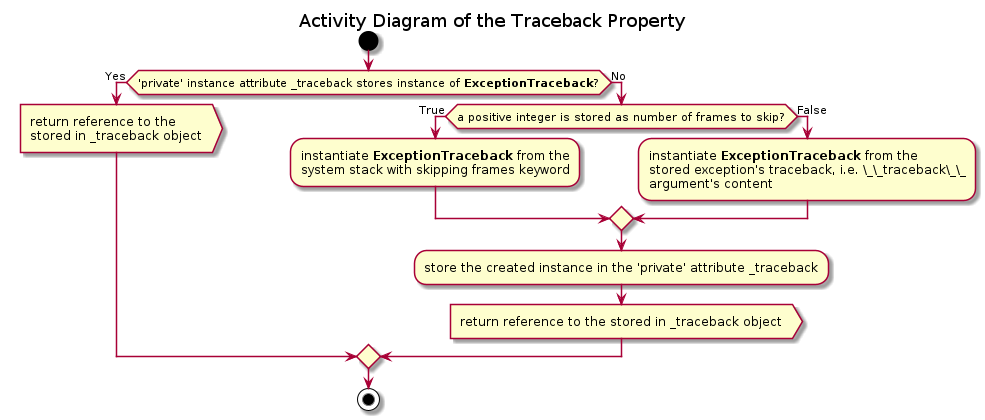
FooBarShebang/introspection_lib keeps this PlantUML diagram as Documentation/UML/base_exceptions/traceback_property.png. Above is the earlier version. The source it was exported from:
```plantuml
@startuml traceback_property

title Activity Diagram of the Traceback Property

start

if ('private' instance attribute _traceback stores instance of <b>ExceptionTraceback</b>?) then (Yes)
    :return reference to the\nstored in _traceback object>
else (No)
    if (a positive integer is stored as number of frames to skip?) then (True)
        :instantiate <b>ExceptionTraceback</b> from the\nsystem stack with skipping frames keyword;
    else (False)
        :instantiate <b>ExceptionTraceback</b> from the\nstored exception's traceback, i.e. \_\_traceback\_\_\nargument's content;
    endif

    :store the created instance in the 'private' attribute _traceback;

    :return reference to the stored in _traceback object>
endif

stop

@enduml
```
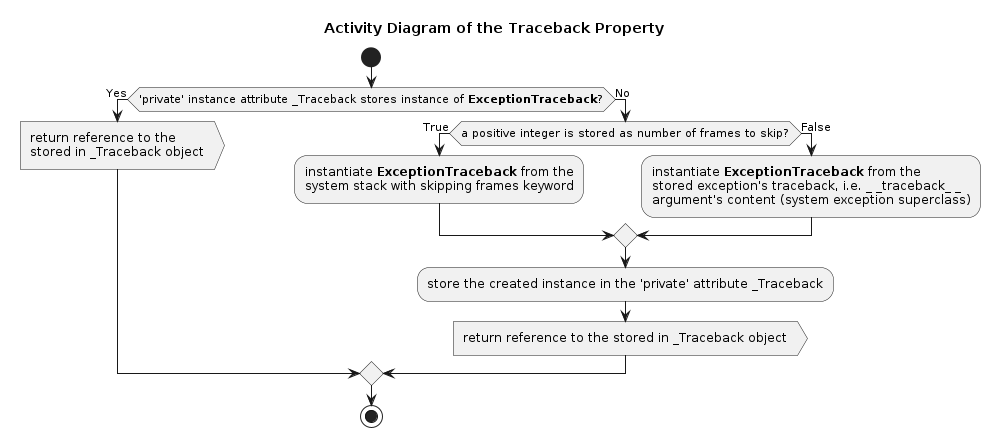
Later version of the same file.

The edit, as a diff of the source:
```diff
@@ -4,18 +4,18 @@
 
 start
 
-if ('private' instance attribute _traceback stores instance of <b>ExceptionTraceback</b>?) then (Yes)
-    :return reference to the\nstored in _traceback object>
+if ('private' instance attribute _Traceback stores instance of <b>ExceptionTraceback</b>?) then (Yes)
+    :return reference to the\nstored in _Traceback object>
 else (No)
     if (a positive integer is stored as number of frames to skip?) then (True)
         :instantiate <b>ExceptionTraceback</b> from the\nsystem stack with skipping frames keyword;
     else (False)
-        :instantiate <b>ExceptionTraceback</b> from the\nstored exception's traceback, i.e. \_\_traceback\_\_\nargument's content;
+        :instantiate <b>ExceptionTraceback</b> from the\nstored exception's traceback, i.e. _ _traceback_ _\nargument's content (system exception superclass);
     endif
 
-    :store the created instance in the 'private' attribute _traceback;
+    :store the created instance in the 'private' attribute _Traceback;
 
-    :return reference to the stored in _traceback object>
+    :return reference to the stored in _Traceback object>
 endif
 
 stop
```
